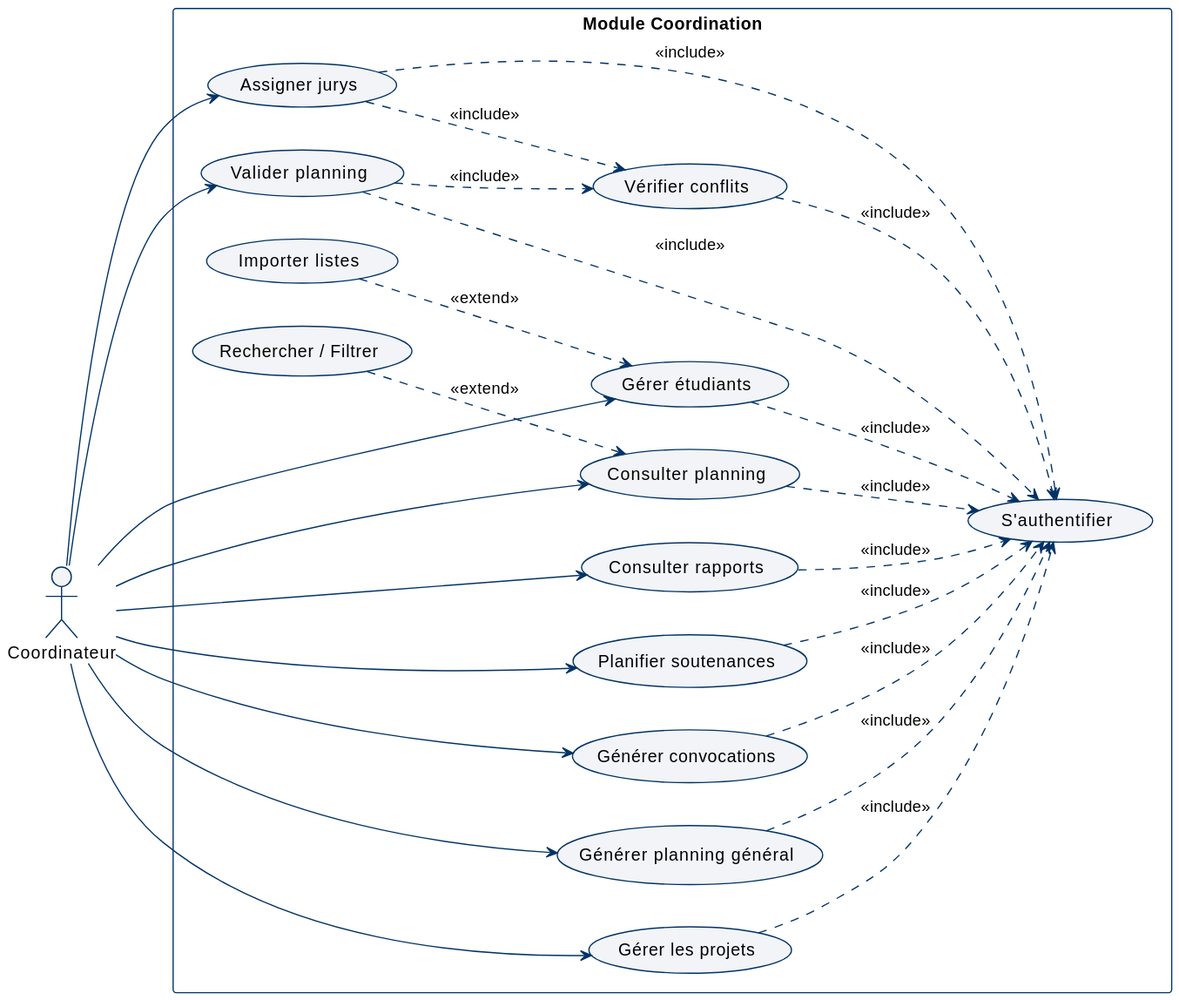
Earlier version of the PlantUML export docs/diagrams/svg/uc_coordination.svg (abdelaziz-ebourki/system-gestion-soutenance).
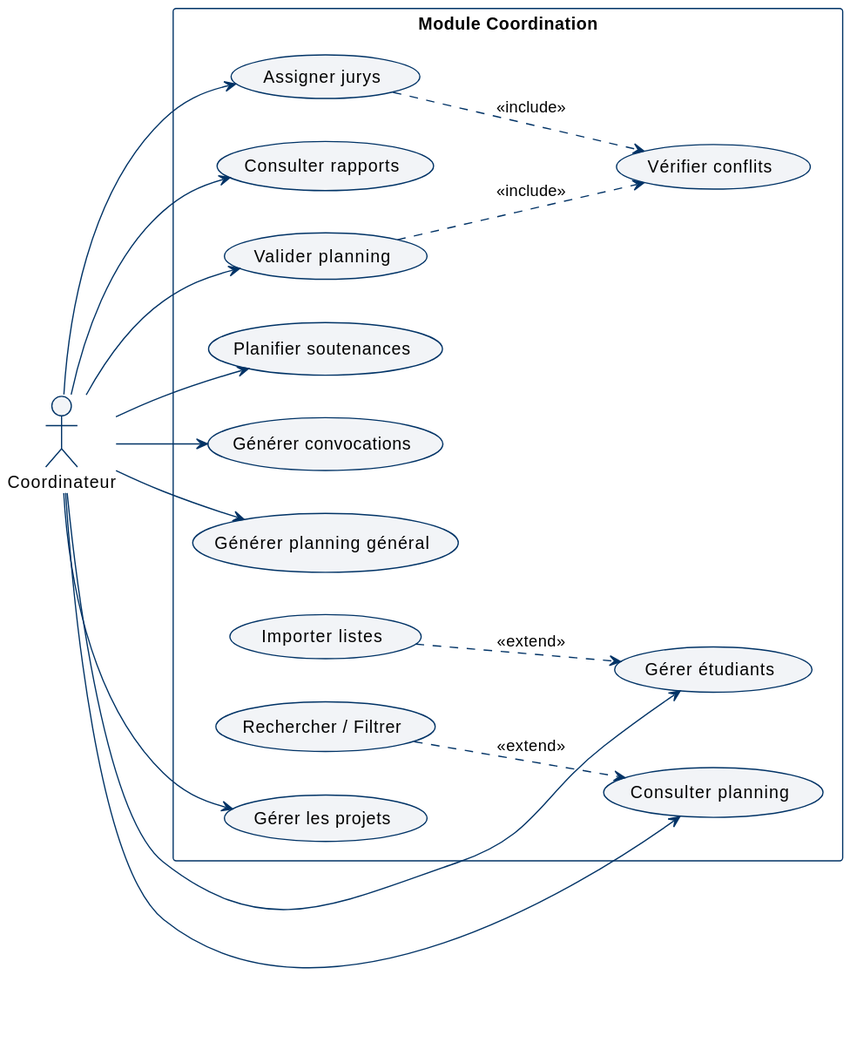
The same file after the commit.

What changed in the source:
```diff
@@ -32,7 +32,6 @@
     usecase "Rechercher / Filtrer" as UC10
     usecase "Gérer les projets" as UC11
     usecase "Vérifier conflits" as Check
-    usecase "S'authentifier" as Auth
 }
 
 Coord --> UC1
@@ -50,15 +49,4 @@
 
 UC1 ..> Check : <<include>>
 UC3 ..> Check : <<include>>
-Check ..> Auth : <<include>>
-
-UC1 ..> Auth : <<include>>
-UC2 ..> Auth : <<include>>
-UC3 ..> Auth : <<include>>
-UC4 ..> Auth : <<include>>
-UC5 ..> Auth : <<include>>
-UC6 ..> Auth : <<include>>
-UC7 ..> Auth : <<include>>
-UC9 ..> Auth : <<include>>
-UC11 ..> Auth : <<include>>
 @enduml
```
